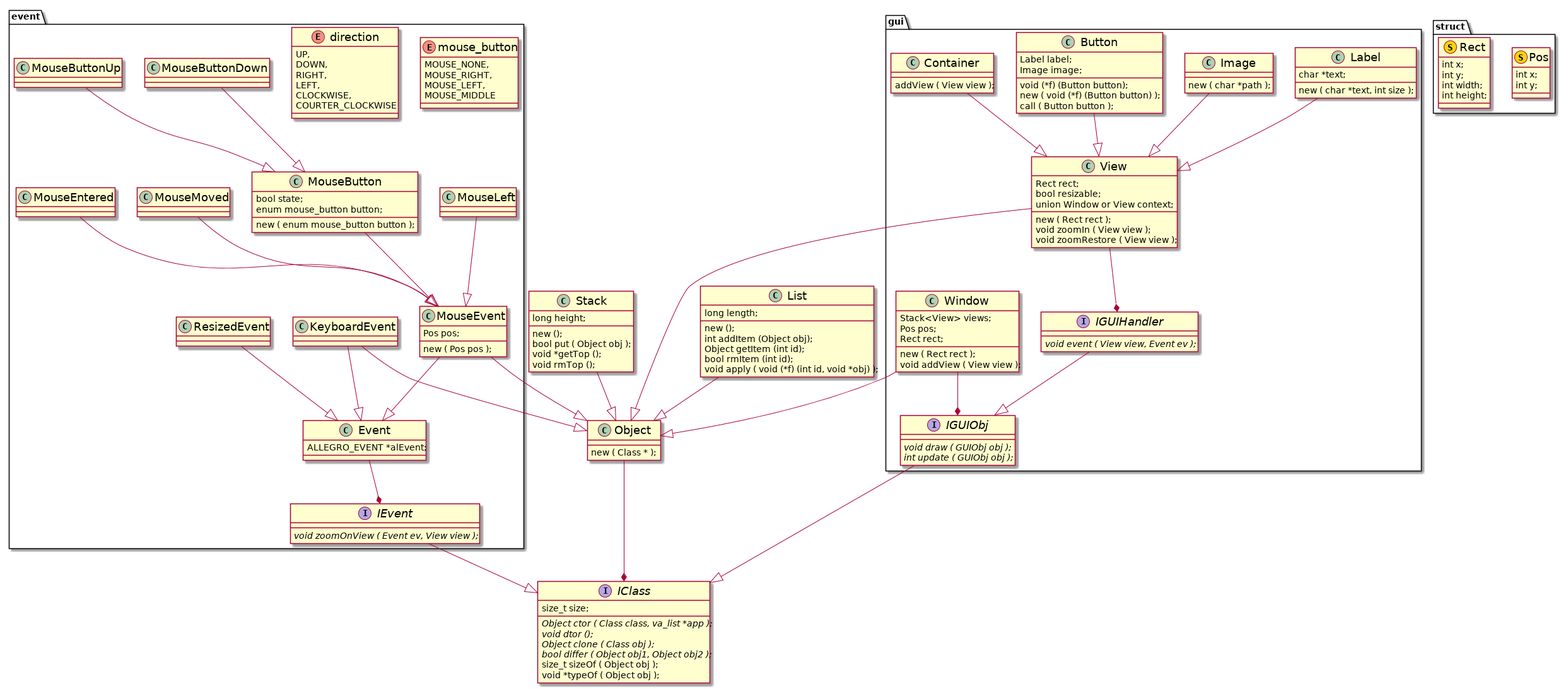
Before: docs/classes.png, a diagram exported from PlantUML (binary-b/c-tetris).
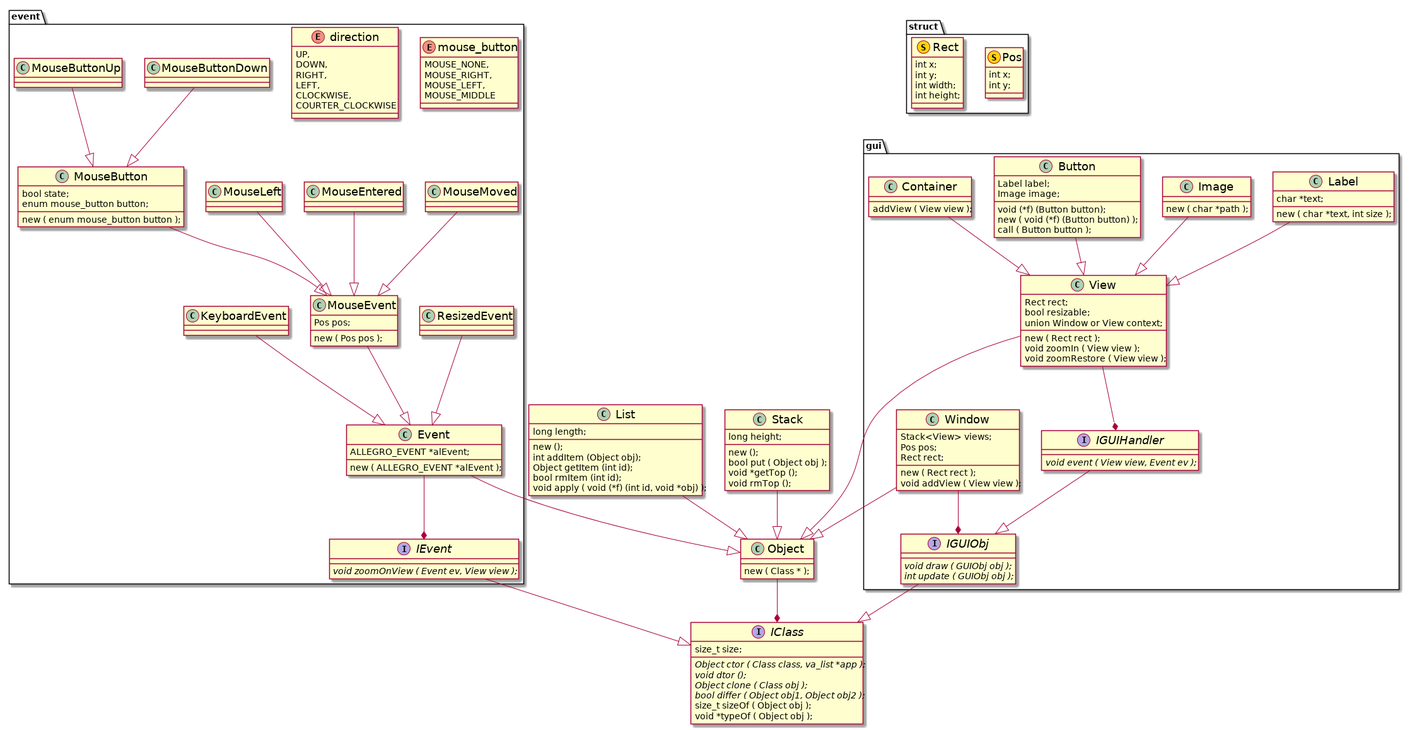
The same file after the commit.

Commit message:
Add Event class containing ALLEGRO_EVENT

The edit, as a diff of the source:
```diff
@@ -66,6 +66,7 @@
 	}
 	class Event {
 		ALLEGRO_EVENT *alEvent;
+		new ( ALLEGRO_EVENT *alEvent );
 	}
 	class ResizedEvent {
 	}
@@ -143,11 +144,11 @@
 
 IEvent --|> IClass
 Event --* IEvent
+
+Event --|> Object
 ResizedEvent --|> Event
 MouseEvent --|> Event
 KeyboardEvent --|> Event
-MouseEvent --|> Object
-KeyboardEvent --|> Object
 
 MouseMoved --|> MouseEvent
 MouseEntered --|> MouseEvent
```
